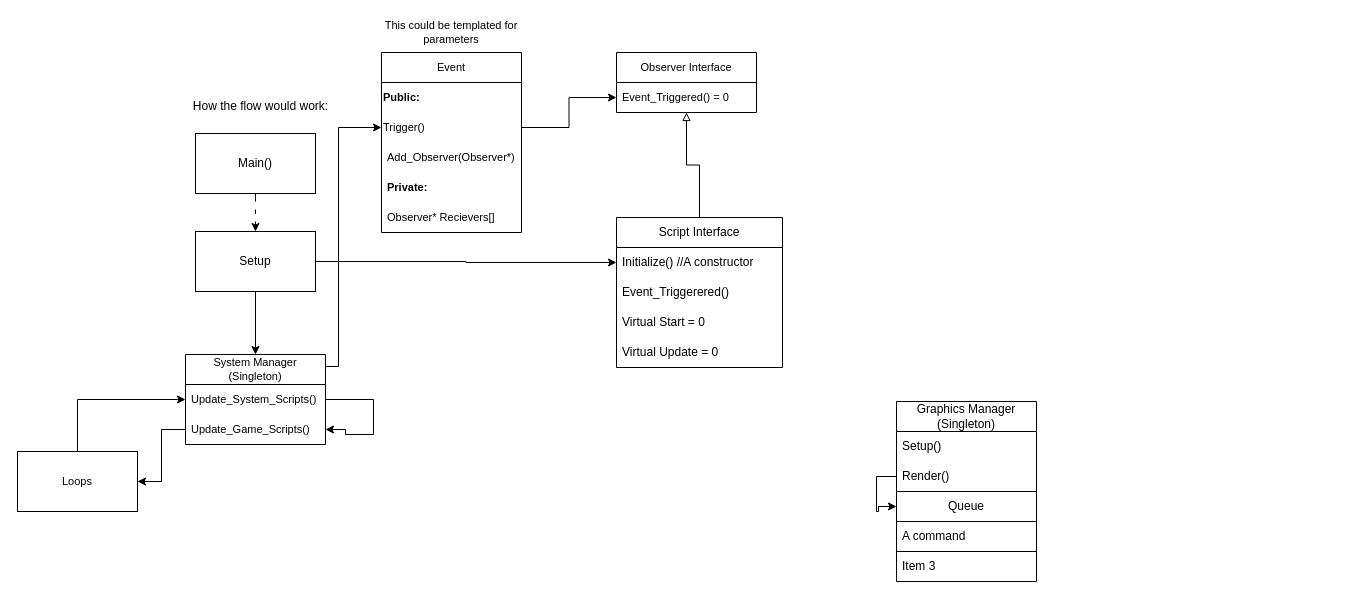
zorarkdouble8/Computer-Graphics-Playground keeps this draw.io diagram as Class diagram.drawio. Above is the earlier version. Source tidied: cells renumbered, new cells numbered last; positions are measured from the earlier drawing's top-left corner, leaving out a move shared by most shapes. Both pictures are drawn from the tidied source at 100%, with x=0, y=0 at pixel (17, 17).
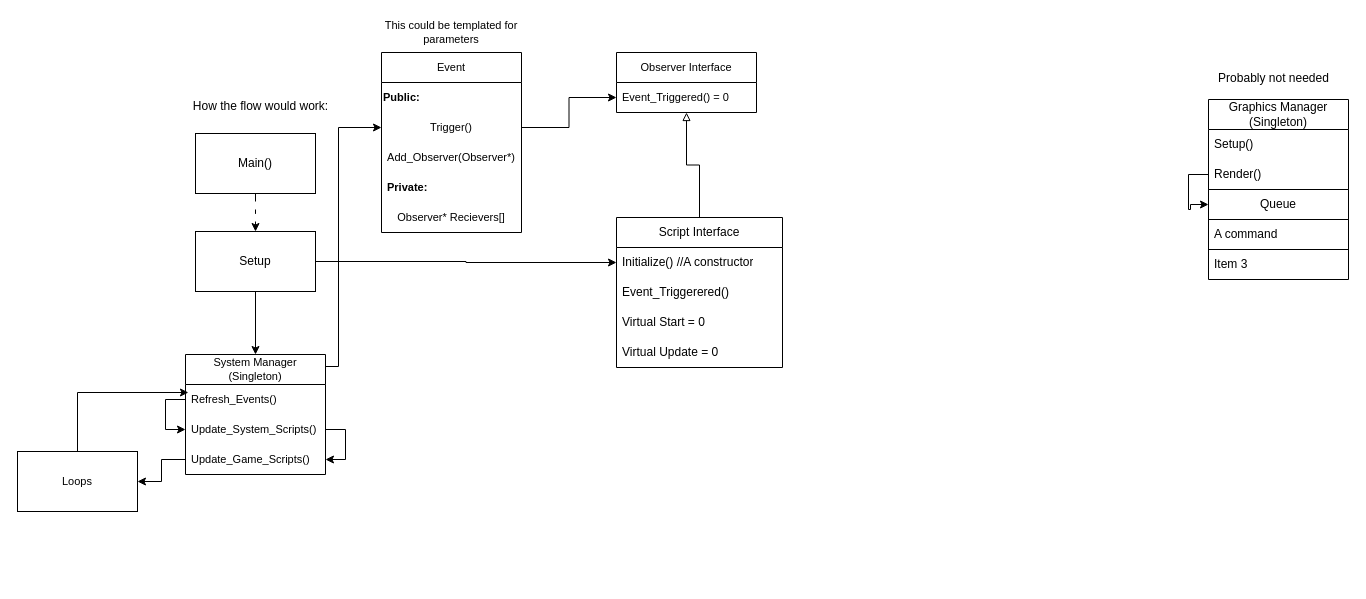
The same diagram, later.

Unchanged cells that the change refers to:
```xml
<mxCell id="28" value="Event" style="swimlane;fontStyle=0;horizontal=1;startSize=30;whiteSpace=wrap;html=1;fontFamily=Helvetica;fontSize=11;fontColor=default;labelBackgroundColor=default;" parent="1" vertex="1">
  <mxGeometry x="364" y="35" width="140" height="180" as="geometry" />
</mxCell>
<mxCell id="37" value="Loops" style="rounded=0;whiteSpace=wrap;html=1;fontFamily=Helvetica;fontSize=11;fontColor=default;labelBackgroundColor=default;" parent="1" vertex="1">
  <mxGeometry y="434" width="120" height="60" as="geometry" />
</mxCell>
```

Diff of the diagram source:
```diff
@@
     <mxCell id="2" value="Graphics Manager&lt;div&gt;(Singleton)&lt;/div&gt;" style="swimlane;fontStyle=0;horizontal=1;startSize=30;whiteSpace=wrap;html=1;" parent="1" vertex="1">
-      <mxGeometry x="879" y="384" width="140" height="180" as="geometry" />
+      <mxGeometry x="1191" y="82" width="140" height="180" as="geometry" />
     </mxCell>
@@
     <mxCell id="22" value="System Manager&lt;div&gt;(Singleton)&lt;/div&gt;" style="swimlane;fontStyle=0;horizontal=1;startSize=30;whiteSpace=wrap;html=1;fontFamily=Helvetica;fontSize=11;fontColor=default;labelBackgroundColor=default;" parent="1" vertex="1">
-      <mxGeometry x="168" y="337" width="140" height="90" as="geometry" />
+      <mxGeometry x="168" y="337" width="140" height="120" as="geometry" />
     </mxCell>
+    <mxCell id="39" style="edgeStyle=orthogonalEdgeStyle;rounded=0;jettySize=auto;html=1;" parent="22" edge="1" source="40" target="24">
+      <mxGeometry relative="1" as="geometry">
+        <Array as="points">
+          <mxPoint x="-20" y="45" />
+          <mxPoint x="-20" y="75" />
+        </Array>
+      </mxGeometry>
+    </mxCell>
+    <mxCell id="40" value="Refresh_Events()" style="text;strokeColor=none;fillColor=none;align=left;verticalAlign=middle;spacingLeft=4;spacingRight=4;overflow=hidden;points=[[0,0.5],[1,0.5]];portConstraint=eastwest;whiteSpace=wrap;html=1;fontFamily=Helvetica;fontSize=11;fontColor=default;labelBackgroundColor=default;" parent="22" vertex="1">
+      <mxGeometry y="30" width="140" height="30" as="geometry" />
+    </mxCell>
-    <mxCell id="23" style="edgeStyle=orthogonalEdgeStyle;rounded=0;jettySize=auto;html=1;entryX=1;entryY=0.5;entryDx=0;entryDy=0;" parent="22" edge="1" source="24" target="25">
-      <mxGeometry relative="1" as="geometry">
-        <Array as="points">
-          <mxPoint x="188" y="45" />
-          <mxPoint x="188" y="80" />
-          <mxPoint x="160" y="80" />
-          <mxPoint x="160" y="75" />
-        </Array>
-      </mxGeometry>
+    <mxCell id="23" style="edgeStyle=orthogonalEdgeStyle;rounded=0;jettySize=auto;html=1;exitX=1;exitY=0.5;exitDx=0;exitDy=0;" parent="22" edge="1" source="24" target="25">
+      <mxGeometry relative="1" as="geometry" />
     </mxCell>
     <mxCell id="24" value="Update_System_Scripts()" style="text;strokeColor=none;fillColor=none;align=left;verticalAlign=middle;spacingLeft=4;spacingRight=4;overflow=hidden;points=[[0,0.5],[1,0.5]];portConstraint=eastwest;whiteSpace=wrap;html=1;fontFamily=Helvetica;fontSize=11;fontColor=default;labelBackgroundColor=default;" parent="22" vertex="1">
-      <mxGeometry y="30" width="140" height="30" as="geometry" />
+      <mxGeometry y="60" width="140" height="30" as="geometry" />
     </mxCell>
     <mxCell id="25" value="Update_Game_Scripts()" style="text;strokeColor=none;fillColor=none;align=left;verticalAlign=middle;spacingLeft=4;spacingRight=4;overflow=hidden;points=[[0,0.5],[1,0.5]];portConstraint=eastwest;whiteSpace=wrap;html=1;fontFamily=Helvetica;fontSize=11;fontColor=default;labelBackgroundColor=default;" parent="22" vertex="1">
-      <mxGeometry y="60" width="140" height="30" as="geometry" />
+      <mxGeometry y="90" width="140" height="30" as="geometry" />
     </mxCell>
@@
-    <mxCell id="30" value="Trigger()" style="text;html=1;align=left;verticalAlign=middle;whiteSpace=wrap;rounded=0;fontFamily=Helvetica;fontSize=11;fontColor=default;labelBackgroundColor=default;" parent="28" vertex="1">
+    <mxCell id="30" value="Trigger()" style="text;html=1;align=center;verticalAlign=middle;whiteSpace=wrap;rounded=0;fontFamily=Helvetica;fontSize=11;fontColor=default;labelBackgroundColor=default;" parent="28" vertex="1">
       <mxGeometry y="60" width="140" height="30" as="geometry" />
     </mxCell>
-    <mxCell id="31" value="Add_Observer(Observer*)" style="text;strokeColor=none;fillColor=none;align=left;verticalAlign=middle;spacingLeft=4;spacingRight=4;overflow=hidden;whiteSpace=wrap;html=1;fontFamily=Helvetica;fontSize=11;fontColor=default;labelBackgroundColor=default;" parent="28" vertex="1">
+    <mxCell id="31" value="Add_Observer(Observer*)" style="text;strokeColor=none;fillColor=none;align=center;verticalAlign=middle;spacingLeft=4;spacingRight=4;overflow=hidden;whiteSpace=wrap;html=1;fontFamily=Helvetica;fontSize=11;fontColor=default;labelBackgroundColor=default;" parent="28" vertex="1">
       <mxGeometry y="90" width="140" height="30" as="geometry" />
     </mxCell>
@@
-    <mxCell id="33" value="Observer* Recievers[]" style="text;strokeColor=none;fillColor=none;align=left;verticalAlign=middle;spacingLeft=4;spacingRight=4;overflow=hidden;whiteSpace=wrap;html=1;fontFamily=Helvetica;fontSize=11;fontColor=default;labelBackgroundColor=default;" parent="28" vertex="1">
+    <mxCell id="33" value="Observer* Recievers[]" style="text;strokeColor=none;fillColor=none;align=center;verticalAlign=middle;spacingLeft=4;spacingRight=4;overflow=hidden;whiteSpace=wrap;html=1;fontFamily=Helvetica;fontSize=11;fontColor=default;labelBackgroundColor=default;" parent="28" vertex="1">
       <mxGeometry y="150" width="140" height="30" as="geometry" />
     </mxCell>
@@
-    <mxCell id="36" style="edgeStyle=orthogonalEdgeStyle;rounded=0;jettySize=auto;html=1;entryX=0;entryY=0.5;entryDx=0;entryDy=0;" parent="1" edge="1" source="37" target="24">
-      <mxGeometry relative="1" as="geometry" />
-    </mxCell>
@@
+    <mxCell id="41" value="Probably not needed" style="text;html=1;strokeColor=none;fillColor=none;align=center;verticalAlign=middle;whiteSpace=wrap;rounded=0;" parent="1" vertex="1">
+      <mxGeometry x="1194" y="46" width="125" height="30" as="geometry" />
+    </mxCell>
+    <mxCell id="42" style="edgeStyle=orthogonalEdgeStyle;rounded=0;jettySize=auto;html=1;entryX=0.021;entryY=0.267;entryDx=0;entryDy=0;entryPerimeter=0;" parent="1" edge="1" source="37" target="40">
+      <mxGeometry relative="1" as="geometry" />
+    </mxCell>
```
